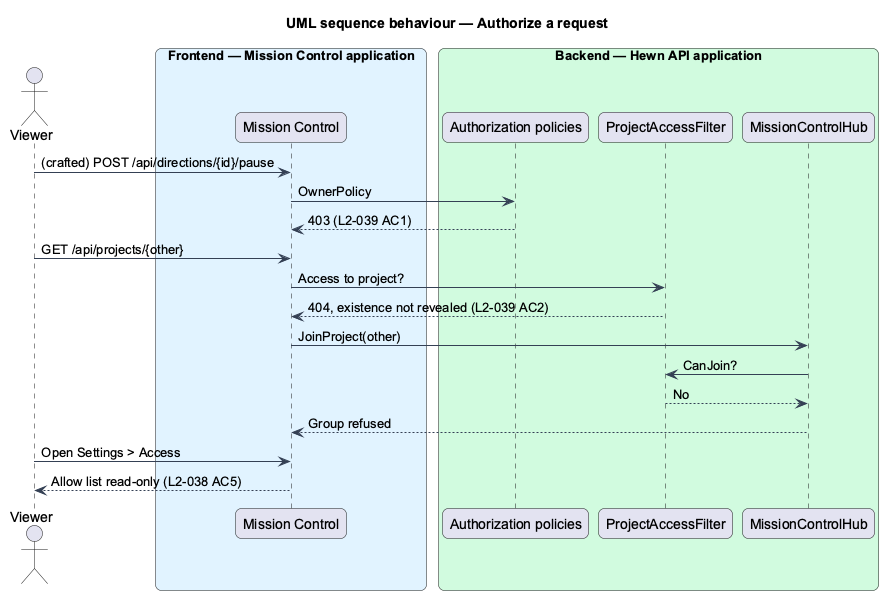
QuinntyneBrown/hewn keeps this PlantUML diagram as docs/detailed-designs/security/sign-in-and-access/diagrams/sequence-authorize.png. Above is the earlier version. Its diagram source:
```plantuml
@startuml
title UML sequence behaviour — Authorize a request
skinparam backgroundColor #FFFFFF
skinparam shadowing false
skinparam roundcorner 12
skinparam defaultFontName Arial
skinparam ArrowColor #344054
skinparam rectangle {
  BorderColor #344054
  FontColor #101828
}
skinparam package {
  BorderColor #667085
  FontColor #101828
  BackgroundColor #F9FAFB
}
skinparam sequenceMessageAlign left
actor "Viewer" as viewer
box "Frontend — Mission Control application" #E0F2FE
  participant "Mission Control" as spa
end box
box "Backend — Hewn API application" #D1FADF
  participant "Authorization policies" as pol
  participant "ProjectAccessFilter" as filter
  participant "MissionControlHub" as hub
end box
viewer -> spa : (crafted) POST /api/directions/{id}/pause
spa -> pol : OwnerPolicy
pol --> spa : 403 (L2-039 AC1)
viewer -> spa : GET /api/projects/{other}
spa -> filter : Access to project?
filter --> spa : 404, existence not revealed (L2-039 AC2)
spa -> hub : JoinProject(other)
hub -> filter : CanJoin?
filter --> hub : No
hub --> spa : Group refused
viewer -> spa : Open Settings > Access
spa --> viewer : Allow list read-only (L2-038 AC5)
@enduml
```
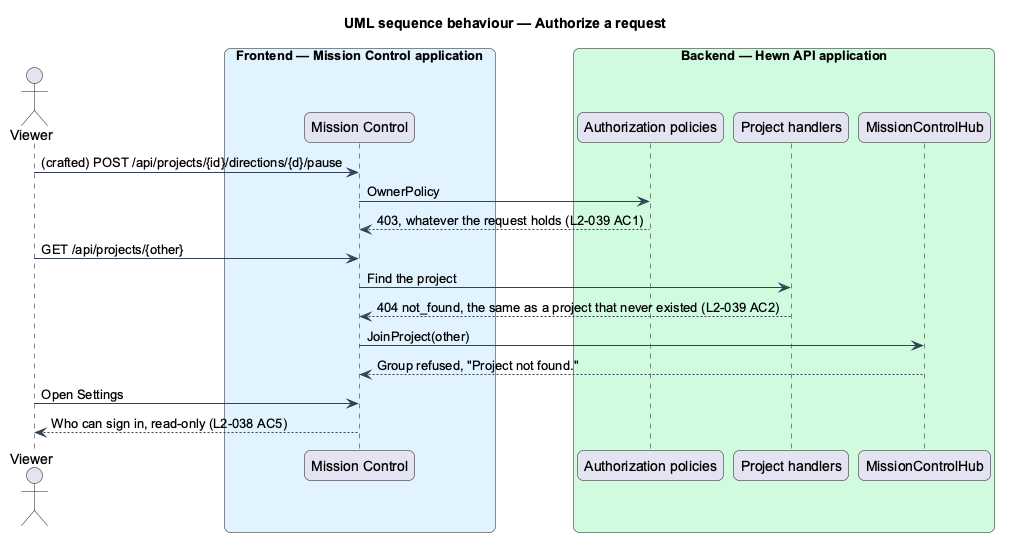
Later version of the same file.

The edit, as a diff of the source:
```diff
@@ -21,19 +21,17 @@
 end box
 box "Backend — Hewn API application" #D1FADF
   participant "Authorization policies" as pol
-  participant "ProjectAccessFilter" as filter
+  participant "Project handlers" as handlers
   participant "MissionControlHub" as hub
 end box
-viewer -> spa : (crafted) POST /api/directions/{id}/pause
+viewer -> spa : (crafted) POST /api/projects/{id}/directions/{d}/pause
 spa -> pol : OwnerPolicy
-pol --> spa : 403 (L2-039 AC1)
+pol --> spa : 403, whatever the request holds (L2-039 AC1)
 viewer -> spa : GET /api/projects/{other}
-spa -> filter : Access to project?
-filter --> spa : 404, existence not revealed (L2-039 AC2)
+spa -> handlers : Find the project
+handlers --> spa : 404 not_found, the same as a project that never existed (L2-039 AC2)
 spa -> hub : JoinProject(other)
-hub -> filter : CanJoin?
-filter --> hub : No
-hub --> spa : Group refused
-viewer -> spa : Open Settings > Access
-spa --> viewer : Allow list read-only (L2-038 AC5)
+hub --> spa : Group refused, "Project not found."
+viewer -> spa : Open Settings
+spa --> viewer : Who can sign in, read-only (L2-038 AC5)
 @enduml
```
